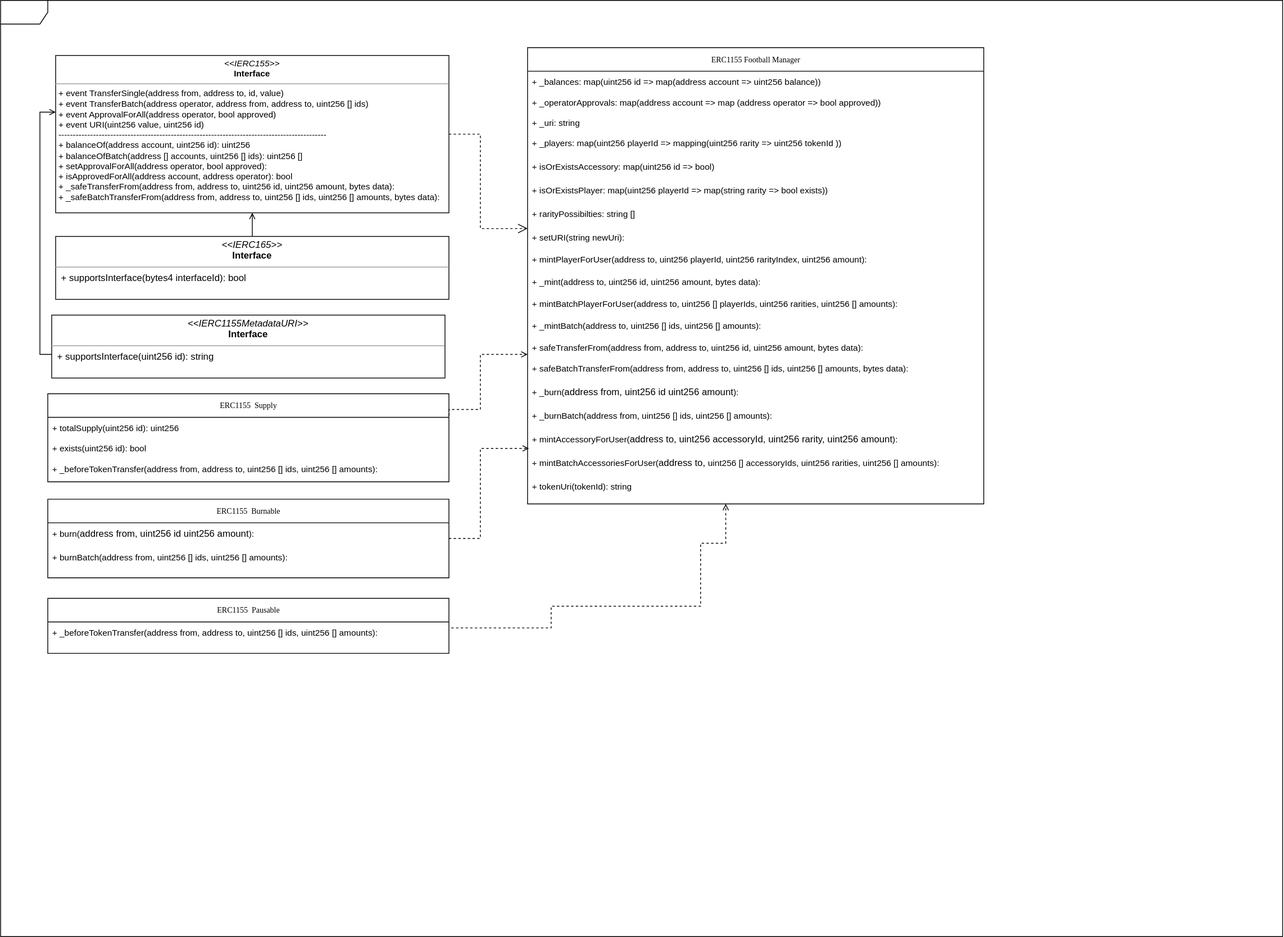
Above: diagrams/ERC1155.drawio.svg in RasenGUY/smartDev (draw.io), before the change. Source tidied: cells renumbered, new cells last; positions are measured from the earlier drawing's top-left corner, leaving out a move shared by most shapes.
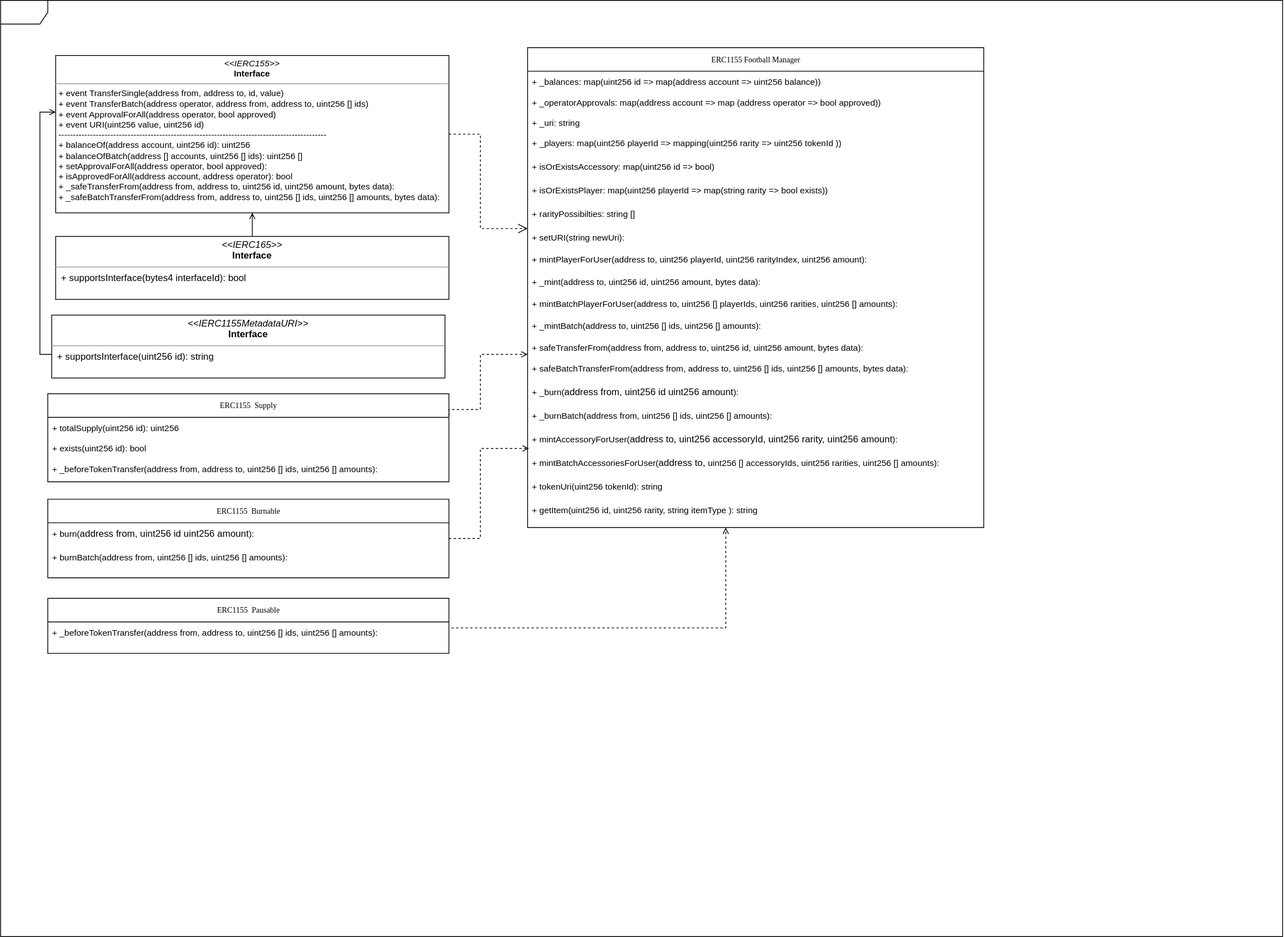
Above is the later version.

Diff of the diagram source:
```diff
@@ -6,7 +6,7 @@
       <mxGeometry width="1630" height="1190" as="geometry" />
     </mxCell>
     <mxCell id="3" value="ERC1155 Football Manager" style="swimlane;html=1;fontStyle=0;horizontal=1;startSize=30;fillColor=none;swimlaneFillColor=#ffffff;rounded=0;shadow=0;comic=0;labelBackgroundColor=none;strokeWidth=1;fontFamily=Verdana;fontSize=10;align=center;" parent="1" vertex="1">
-      <mxGeometry x="670" y="60" width="580" height="580" as="geometry" />
+      <mxGeometry x="670" y="60" width="580" height="610" as="geometry" />
     </mxCell>
     <mxCell id="4" value="&lt;font style=&quot;font-size: 11px&quot;&gt;+ _balances: map(uint256 id =&amp;gt; map(address account =&amp;gt; uint256 balance))&lt;/font&gt;" style="text;html=1;strokeColor=none;fillColor=none;align=left;verticalAlign=top;spacingLeft=4;spacingRight=4;whiteSpace=wrap;overflow=hidden;" parent="3" vertex="1">
       <mxGeometry y="30" width="580" height="26" as="geometry" />
@@ -62,9 +62,12 @@
     <mxCell id="21" value="&lt;span style=&quot;font-family: &amp;#34;helvetica&amp;#34; ; font-size: 11px&quot;&gt;+ mintBatchAccessoriesForUser(&lt;/span&gt;&lt;span&gt;address to,&amp;nbsp;&lt;/span&gt;&lt;span style=&quot;font-size: 11px&quot;&gt;uint256 [] accessoryIds, uint256 rarities, uint256 [] amounts&lt;/span&gt;&lt;span style=&quot;font-family: &amp;#34;helvetica&amp;#34; ; font-size: 11px&quot;&gt;):&lt;/span&gt;" style="text;html=1;strokeColor=none;fillColor=none;align=left;verticalAlign=top;spacingLeft=4;spacingRight=4;whiteSpace=wrap;overflow=hidden;" parent="3" vertex="1">
       <mxGeometry y="514" width="580" height="30" as="geometry" />
     </mxCell>
-    <mxCell id="22" value="&lt;font face=&quot;helvetica&quot;&gt;&lt;span style=&quot;font-size: 11px&quot;&gt;+ tokenUri(tokenId): string&lt;/span&gt;&lt;/font&gt;" style="text;html=1;strokeColor=none;fillColor=none;align=left;verticalAlign=top;spacingLeft=4;spacingRight=4;whiteSpace=wrap;overflow=hidden;" parent="3" vertex="1">
+    <mxCell id="22" value="&lt;font face=&quot;helvetica&quot;&gt;&lt;span style=&quot;font-size: 11px&quot;&gt;+ tokenUri(uint256 tokenId): string&lt;/span&gt;&lt;/font&gt;" style="text;html=1;strokeColor=none;fillColor=none;align=left;verticalAlign=top;spacingLeft=4;spacingRight=4;whiteSpace=wrap;overflow=hidden;" parent="3" vertex="1">
       <mxGeometry y="544" width="580" height="30" as="geometry" />
     </mxCell>
+    <mxCell id="41" value="&lt;font face=&quot;helvetica&quot;&gt;&lt;span style=&quot;font-size: 11px&quot;&gt;+ getItem(uint256 id, uint256 rarity, string itemType ): string&lt;/span&gt;&lt;/font&gt;" style="text;html=1;strokeColor=none;fillColor=none;align=left;verticalAlign=top;spacingLeft=4;spacingRight=4;whiteSpace=wrap;overflow=hidden;" parent="3" vertex="1">
+      <mxGeometry y="574" width="580" height="30" as="geometry" />
+    </mxCell>
     <mxCell id="23" style="edgeStyle=orthogonalEdgeStyle;rounded=0;html=1;labelBackgroundColor=none;startFill=0;endArrow=open;endFill=0;endSize=10;fontFamily=Verdana;fontSize=10;dashed=1;" parent="1" edge="1" source="24" target="3">
       <mxGeometry relative="1" as="geometry">
         <Array as="points">
@@ -124,13 +127,9 @@
     </mxCell>
     <mxCell id="37" style="edgeStyle=orthogonalEdgeStyle;rounded=0;jettySize=auto;html=1;dashed=1;endArrow=open;endFill=0;exitX=1.006;exitY=0.255;exitDx=0;exitDy=0;exitPerimeter=0;" parent="1" edge="1" source="39">
       <mxGeometry relative="1" as="geometry">
-        <mxPoint x="922" y="640" as="targetPoint" />
+        <mxPoint x="922" y="670" as="targetPoint" />
         <Array as="points">
-          <mxPoint x="700" y="798" />
-          <mxPoint x="700" y="770" />
-          <mxPoint x="890" y="770" />
-          <mxPoint x="890" y="690" />
-          <mxPoint x="922" y="690" />
+          <mxPoint x="922" y="798" />
         </Array>
       </mxGeometry>
     </mxCell>
```
